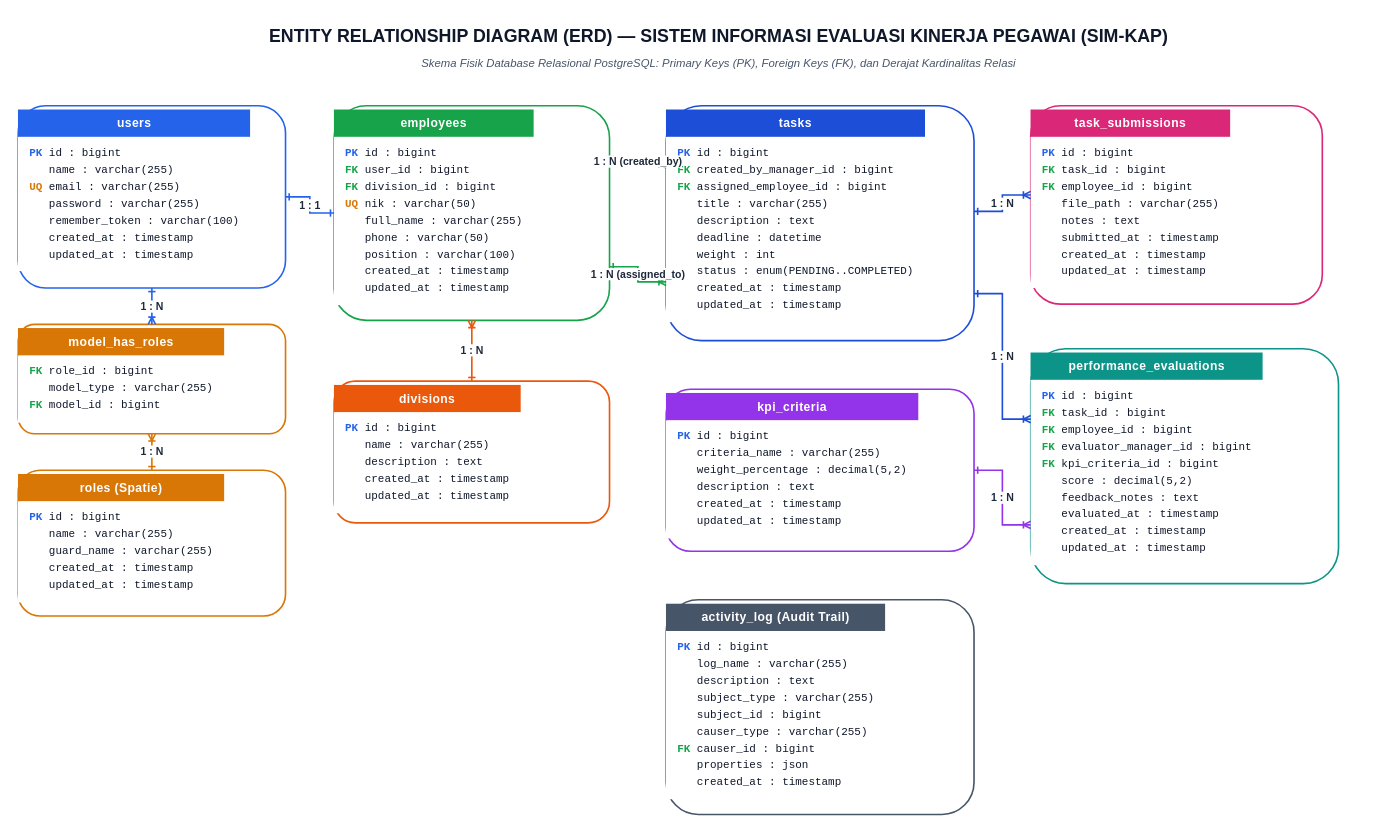
nxn07/manajemen-tugas-mechine-learning keeps this draw.io diagram as page "31. ERD (Entity Relationship Diagram)" (27 of 39) of UML.drawio. Above is the earlier version. Source tidied: cells renumbered, new cells numbered last; positions are measured from the earlier drawing's top-left corner, leaving out a move shared by most shapes. Both pictures are drawn from the tidied source at 81%, with x=0, y=0 at pixel (18, 20).
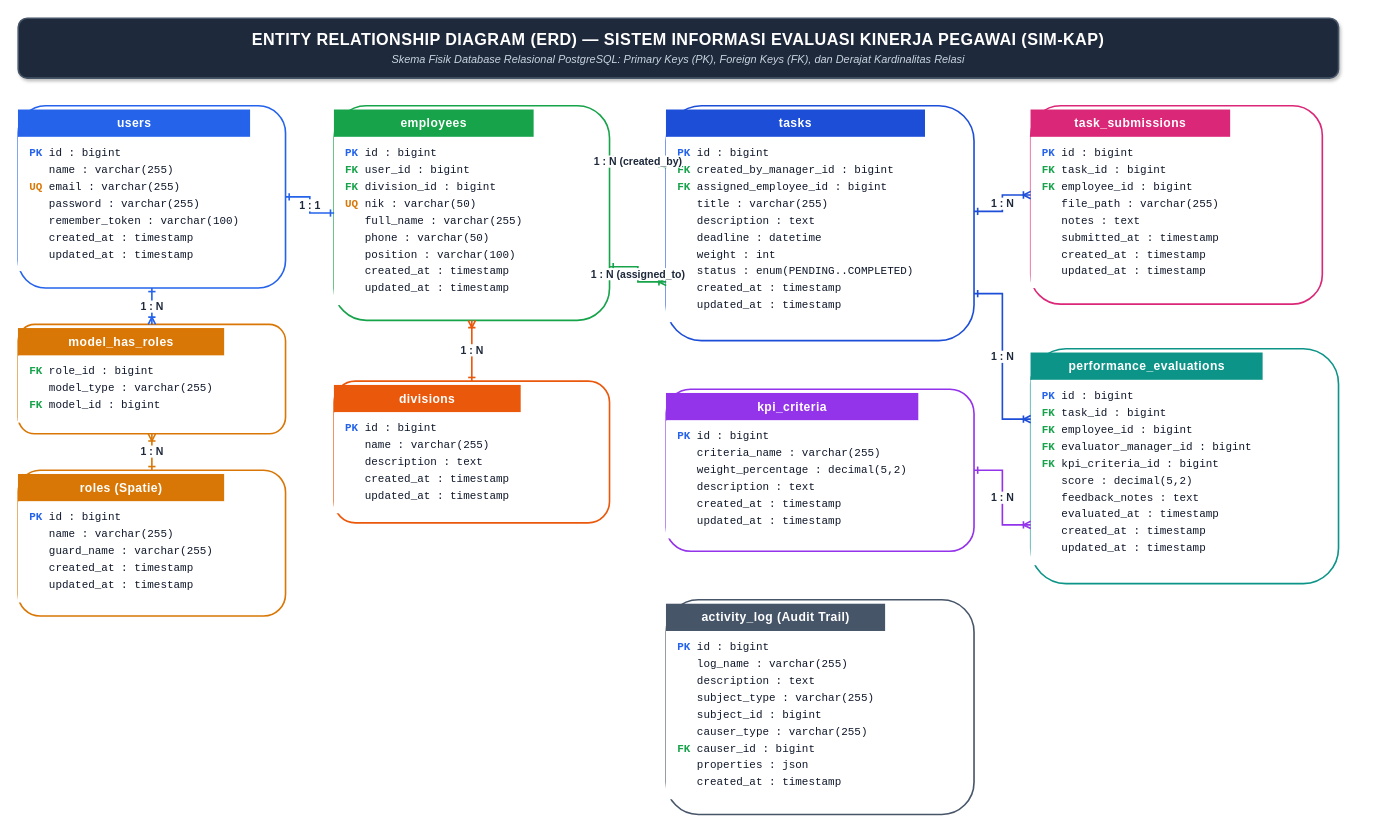
After the change.

Commit message:
style(erd): align title in a banner card matching the exact width and position of table boxes

What changed in the source:
```diff
@@
-    <mxCell id="2" value="ENTITY RELATIONSHIP DIAGRAM (ERD) — SISTEM INFORMASI EVALUASI KINERJA PEGAWAI (SIM-KAP)" style="text;html=1;strokeColor=none;fillColor=none;align=center;verticalAlign=middle;whiteSpace=wrap;rounded=0;fontSize=22;fontStyle=1;fontColor=#0F172A;fontFamily=sans-serif;" parent="1" vertex="1">
-      <mxGeometry x="40" width="1650" height="40" as="geometry" />
-    </mxCell>
-    <mxCell id="3" value="Skema Fisik Database Relasional PostgreSQL: Primary Keys (PK), Foreign Keys (FK), dan Derajat Kardinalitas Relasi" style="text;html=1;strokeColor=none;fillColor=none;align=center;verticalAlign=middle;whiteSpace=wrap;rounded=0;fontSize=14;fontStyle=2;fontColor=#475569;fontFamily=sans-serif;" parent="1" vertex="1">
-      <mxGeometry x="40" y="40" width="1650" height="25" as="geometry" />
-    </mxCell>
@@
+    <mxCell id="23" value="&lt;div style=&quot;font-family:sans-serif;text-align:center;padding:12px 20px;&quot;&gt;&lt;div style=&quot;font-size:20px;font-weight:bold;color:#FFFFFF;letter-spacing:0.5px;margin-bottom:5px;&quot;&gt;ENTITY RELATIONSHIP DIAGRAM (ERD) — SISTEM INFORMASI EVALUASI KINERJA PEGAWAI (SIM-KAP)&lt;/div&gt;&lt;div style=&quot;font-size:13.5px;color:#CBD5E1;font-style:italic;&quot;&gt;Skema Fisik Database Relasional PostgreSQL: Primary Keys (PK), Foreign Keys (FK), dan Derajat Kardinalitas Relasi&lt;/div&gt;&lt;/div&gt;" style="rounded=1;whiteSpace=wrap;html=1;overflow=hidden;fillColor=#1E293B;strokeColor=#475569;strokeWidth=2;verticalAlign=middle;align=center;shadow=1;" parent="1" vertex="1">
+      <mxGeometry y="-3" width="1630" height="74" as="geometry" />
+    </mxCell>
```
